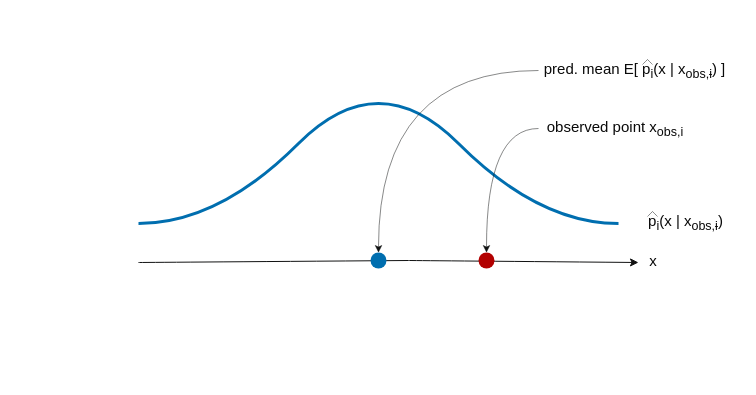
joshuawe/sepsis keeps this draw.io diagram as page "06 quantile" (7 of 15) of figures/imputation_metrics/time_series.drawio. Above is the earlier version. Source tidied: cells renumbered, new cells numbered last; positions are measured from the earlier drawing's top-left corner, leaving out a move shared by most shapes. Both pictures are drawn from the tidied source at 100%, with x=0, y=0 at pixel (138, 55).
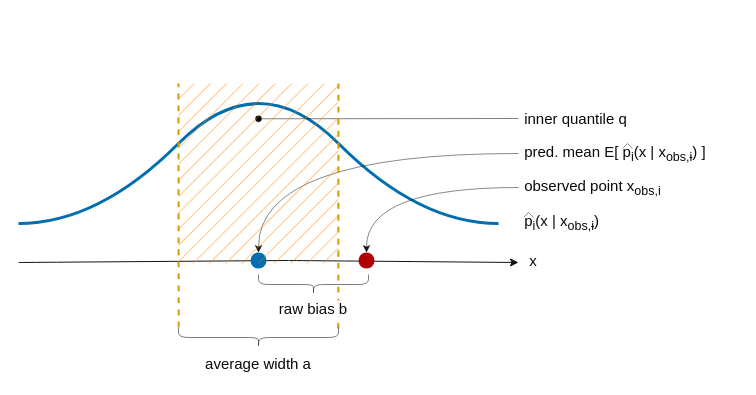
The same diagram, later.

The edit, as a diff of the source:
```diff
@@
     <mxCell id="2" style="endArrow=classic;html=1;shadow=0;comic=0;strokeColor=#111212;strokeWidth=1;fontColor=#0a0a0a;endSize=6;targetPerimeterSpacing=0;curved=1;startArrow=none;" parent="1" edge="1">
       <mxGeometry relative="1" as="geometry">
-        <mxPoint x="270" y="205" as="sourcePoint" />
-        <mxPoint x="500" y="207" as="targetPoint" />
+        <mxPoint x="150" y="205" as="sourcePoint" />
+        <mxPoint x="380" y="207" as="targetPoint" />
       </mxGeometry>
     </mxCell>
     <mxCell id="3" style="curved=1;endArrow=none;html=1;shadow=0;comic=0;strokeColor=#006eaf;strokeWidth=3;fontColor=#0a0a0a;endSize=6;targetPerimeterSpacing=0;endFill=0;" parent="1" edge="1">
       <mxGeometry relative="1" as="geometry">
-        <mxPoint x="480" y="168" as="sourcePoint" />
-        <mxPoint y="168" as="targetPoint" />
+        <mxPoint x="360" y="168" as="sourcePoint" />
+        <mxPoint x="-120" y="168" as="targetPoint" />
         <Array as="points">
-          <mxPoint x="400" y="168" />
-          <mxPoint x="240" y="8" />
-          <mxPoint x="80" y="168" />
+          <mxPoint x="280" y="168" />
+          <mxPoint x="120" y="8" />
+          <mxPoint x="-40" y="168" />
         </Array>
       </mxGeometry>
     </mxCell>
     <mxCell id="4" value="x" style="text;html=1;strokeColor=none;fillColor=none;align=center;verticalAlign=middle;whiteSpace=wrap;rounded=0;fillStyle=solid;strokeWidth=0.5;fontColor=#0a0a0a;opacity=50;fontSize=15;" parent="1" vertex="1">
-      <mxGeometry x="485" y="190" width="60" height="30" as="geometry" />
+      <mxGeometry x="365" y="190" width="60" height="30" as="geometry" />
     </mxCell>
-    <mxCell id="5" value="p&lt;sub&gt;i&lt;/sub&gt;(x | x&lt;sub&gt;obs,&lt;strike&gt;i&lt;/strike&gt;&lt;/sub&gt;)" style="text;html=1;strokeColor=none;fillColor=none;align=center;verticalAlign=middle;whiteSpace=wrap;rounded=0;fillStyle=solid;strokeWidth=0.5;fontColor=#0a0a0a;opacity=50;fontSize=15;" parent="1" vertex="1">
-      <mxGeometry x="495" y="151" width="105" height="31" as="geometry" />
+    <mxCell id="5" value="&amp;nbsp;p&lt;sub&gt;i&lt;/sub&gt;(x | x&lt;sub&gt;obs,&lt;strike&gt;i&lt;/strike&gt;&lt;/sub&gt;)" style="text;html=1;strokeColor=none;fillColor=none;align=left;verticalAlign=middle;whiteSpace=wrap;rounded=0;fillStyle=solid;strokeWidth=0.5;fontColor=#0a0a0a;opacity=50;fontSize=15;" parent="1" vertex="1">
+      <mxGeometry x="380" y="151" width="105" height="31" as="geometry" />
     </mxCell>
     <mxCell id="6" style="group;" parent="1" vertex="1">
-      <mxGeometry x="509" y="156" width="10" height="5" as="geometry" />
+      <mxGeometry x="385" y="157" width="10" height="5" as="geometry" />
     </mxCell>
@@
     <mxCell id="9" style="endArrow=none;html=1;shadow=0;comic=0;strokeColor=#111212;strokeWidth=1;fontColor=#0a0a0a;endSize=6;curved=1;" parent="1" edge="1">
       <mxGeometry relative="1" as="geometry">
-        <mxPoint y="207" as="sourcePoint" />
-        <mxPoint x="270" y="205" as="targetPoint" />
+        <mxPoint x="-120" y="207" as="sourcePoint" />
+        <mxPoint x="150" y="205" as="targetPoint" />
       </mxGeometry>
     </mxCell>
+    <mxCell id="21" style="edgeStyle=none;html=1;exitX=0;exitY=0.5;exitDx=0;exitDy=0;entryX=0.5;entryY=0.196;entryDx=0;entryDy=0;entryPerimeter=0;endArrow=oval;endFill=1;strokeWidth=0.5;" parent="1" edge="1" source="27" target="25">
+      <mxGeometry relative="1" as="geometry" />
+    </mxCell>
@@
     <mxCell id="11" style="ellipse;whiteSpace=wrap;html=1;fillStyle=solid;strokeWidth=5;fontSize=15;fillColor=#b20000;strokeColor=none;fontColor=#ffffff;" parent="10" vertex="1">
-      <mxGeometry x="340" y="197" width="16" height="16" as="geometry" />
+      <mxGeometry x="220" y="197" width="16" height="16" as="geometry" />
     </mxCell>
@@
-    <mxCell id="13" value="observed point x&lt;sub&gt;obs,i&lt;/sub&gt;" style="text;html=1;strokeColor=none;fillColor=none;align=center;verticalAlign=middle;whiteSpace=wrap;rounded=0;fillStyle=solid;strokeWidth=0.5;fontColor=#0a0a0a;opacity=50;fontSize=15;" parent="10" vertex="1">
-      <mxGeometry x="400" y="58" width="154" height="30" as="geometry" />
+    <mxCell id="13" value="&amp;nbsp;observed point x&lt;sub&gt;obs,i&lt;/sub&gt;" style="text;html=1;strokeColor=none;fillColor=none;align=left;verticalAlign=middle;whiteSpace=wrap;rounded=0;fillStyle=solid;strokeWidth=0.5;fontColor=#0a0a0a;opacity=50;fontSize=15;" parent="10" vertex="1">
+      <mxGeometry x="380" y="117" width="154" height="30" as="geometry" />
     </mxCell>
@@
     <mxCell id="15" style="ellipse;whiteSpace=wrap;html=1;fillStyle=solid;strokeWidth=5;fontSize=15;fillColor=#006eaf;strokeColor=none;fontColor=#ffffff;" parent="14" vertex="1">
-      <mxGeometry x="232" y="197" width="16" height="16" as="geometry" />
+      <mxGeometry x="112" y="197" width="16" height="16" as="geometry" />
     </mxCell>
@@
-    <mxCell id="17" value="pred. mean E[ p&lt;sub&gt;i&lt;/sub&gt;(x | x&lt;sub&gt;obs,&lt;strike&gt;i&lt;/strike&gt;&lt;/sub&gt;) ]" style="text;html=1;strokeColor=none;fillColor=none;align=center;verticalAlign=middle;whiteSpace=wrap;rounded=0;fillStyle=solid;strokeWidth=0.5;fontColor=#0a0a0a;opacity=50;fontSize=15;" parent="14" vertex="1">
-      <mxGeometry x="400" width="193" height="30" as="geometry" />
+    <mxCell id="17" value="&amp;nbsp;pred. mean E[ p&lt;sub&gt;i&lt;/sub&gt;(x | x&lt;sub&gt;obs,&lt;strike&gt;i&lt;/strike&gt;&lt;/sub&gt;) ]" style="text;html=1;strokeColor=none;fillColor=none;align=left;verticalAlign=middle;whiteSpace=wrap;rounded=0;fillStyle=solid;strokeWidth=0.5;fontColor=#0a0a0a;opacity=50;fontSize=15;" parent="14" vertex="1">
+      <mxGeometry x="380" y="83" width="193" height="30" as="geometry" />
     </mxCell>
     <mxCell id="18" style="group;" parent="14" vertex="1">
-      <mxGeometry x="504" y="4" width="10" height="5" as="geometry" />
+      <mxGeometry x="484" y="88" width="10" height="5" as="geometry" />
     </mxCell>
@@
+    <mxCell id="22" parent="0" />
+    <mxCell id="23" style="endArrow=none;dashed=1;html=1;strokeWidth=2;shadow=0;comic=0;strokeColor=#d79b00;fontSize=15;fontColor=#0a0a0a;endSize=6;targetPerimeterSpacing=0;curved=1;fillColor=#ffe6cc;exitX=1.017;exitY=0.999;exitDx=0;exitDy=0;exitPerimeter=0;entryX=0;entryY=0;entryDx=0;entryDy=0;" parent="22" edge="1" target="25">
+      <mxGeometry relative="1" as="geometry">
+        <mxPoint x="40.2" y="271.7" as="sourcePoint" />
+      </mxGeometry>
+    </mxCell>
+    <mxCell id="24" style="endArrow=none;dashed=1;html=1;strokeWidth=2;shadow=0;comic=0;strokeColor=#d79b00;fontSize=15;fontColor=#0a0a0a;endSize=6;targetPerimeterSpacing=0;curved=1;fillColor=#ffe6cc;exitX=0.95;exitY=0.001;exitDx=0;exitDy=0;exitPerimeter=0;entryX=1;entryY=0;entryDx=0;entryDy=0;" parent="22" edge="1" target="25">
+      <mxGeometry relative="1" as="geometry">
+        <mxPoint x="199.8" y="273" as="sourcePoint" />
+      </mxGeometry>
+    </mxCell>
+    <mxCell id="25" style="rounded=0;whiteSpace=wrap;html=1;fillStyle=hatch;strokeWidth=1;fontSize=15;fontColor=#0a0a0a;fillColor=#FF8000;gradientColor=none;opacity=60;strokeColor=none;" parent="22" vertex="1">
+      <mxGeometry x="40" y="28" width="160" height="180" as="geometry" />
+    </mxCell>
+    <mxCell id="26" style="ellipse;whiteSpace=wrap;html=1;fillStyle=solid;strokeWidth=5;fontSize=15;fillColor=#b20000;strokeColor=none;fontColor=#ffffff;opacity=0;" parent="22" vertex="1">
+      <mxGeometry x="122" y="-38" width="16" height="16" as="geometry" />
+    </mxCell>
+    <mxCell id="27" value="&amp;nbsp;inner quantile q" style="text;html=1;strokeColor=none;fillColor=none;align=left;verticalAlign=middle;whiteSpace=wrap;rounded=0;fillStyle=solid;strokeWidth=0.5;fontColor=#0a0a0a;opacity=50;fontSize=15;" parent="22" vertex="1">
+      <mxGeometry x="380" y="48" width="120" height="30" as="geometry" />
+    </mxCell>
+    <mxCell id="28" parent="0" />
+    <mxCell id="29" style="shape=curlyBracket;whiteSpace=wrap;html=1;rounded=1;flipH=1;labelPosition=right;verticalLabelPosition=middle;align=left;verticalAlign=middle;fillStyle=solid;strokeWidth=1;fontSize=15;fontColor=#0a0a0a;fillColor=default;gradientColor=none;opacity=50;rotation=90;" parent="28" vertex="1">
+      <mxGeometry x="165" y="174" width="20" height="110" as="geometry" />
+    </mxCell>
+    <mxCell id="30" value="raw bias b" style="text;html=1;strokeColor=none;fillColor=default;align=center;verticalAlign=middle;whiteSpace=wrap;rounded=0;fillStyle=solid;strokeWidth=0.5;fontColor=#0a0a0a;fontSize=15;" parent="28" vertex="1">
+      <mxGeometry x="130" y="245" width="90" height="16" as="geometry" />
+    </mxCell>
+    <mxCell id="31" parent="0" />
+    <mxCell id="32" style="shape=curlyBracket;whiteSpace=wrap;html=1;rounded=1;flipH=1;labelPosition=right;verticalLabelPosition=middle;align=left;verticalAlign=middle;fillStyle=solid;strokeWidth=1;fontSize=15;fontColor=#0a0a0a;fillColor=#FF8000;gradientColor=none;opacity=50;rotation=90;" parent="31" vertex="1">
+      <mxGeometry x="110" y="202" width="20" height="160" as="geometry" />
+    </mxCell>
+    <mxCell id="33" value="average width a" style="text;html=1;strokeColor=none;fillColor=none;align=center;verticalAlign=middle;whiteSpace=wrap;rounded=0;fillStyle=solid;strokeWidth=0.5;fontColor=#0a0a0a;opacity=50;fontSize=15;" parent="31" vertex="1">
+      <mxGeometry x="50" y="293" width="140" height="30" as="geometry" />
+    </mxCell>
```
